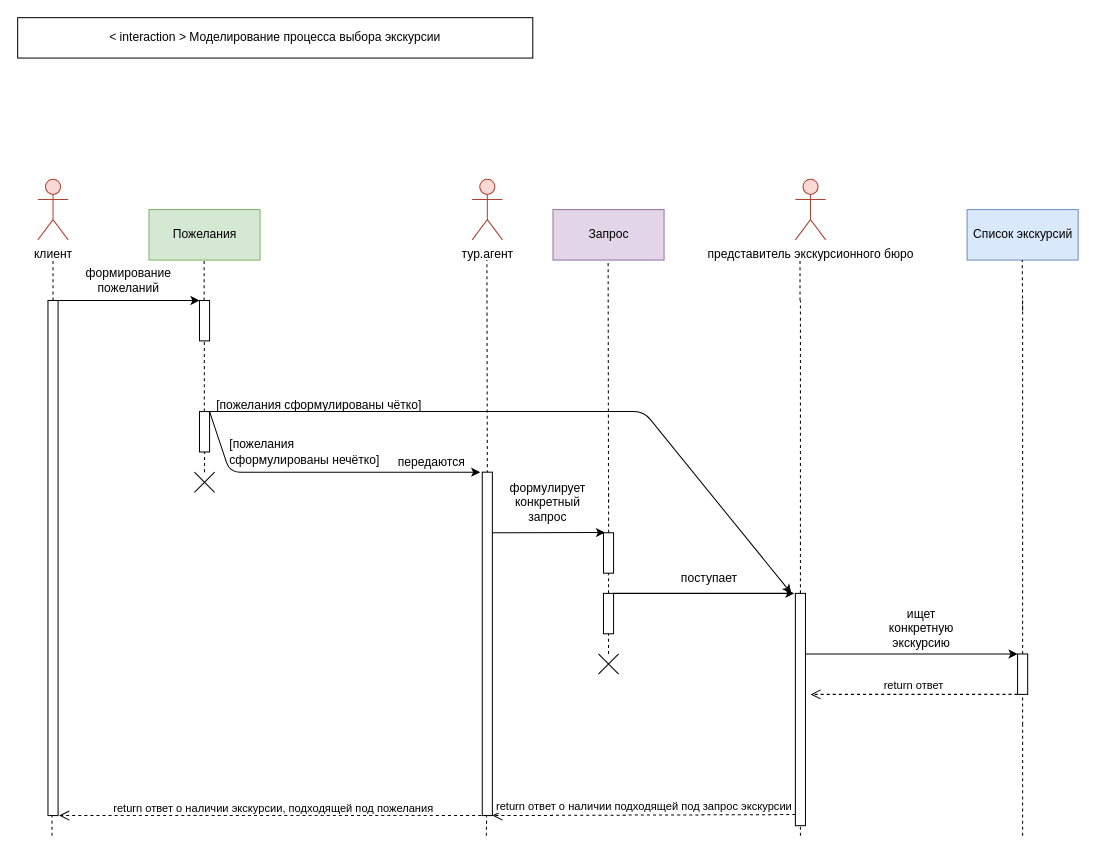
This is LR5/sequence_diagram_1.drawio from f0rsunka/UML, a draw.io file, before an edit. Source tidied: cells renumbered, new cells numbered last; positions are measured from the earlier drawing's top-left corner, leaving out a move shared by most shapes. Both pictures are drawn from the tidied source at 101%, with x=0, y=0 at pixel (17, 17).
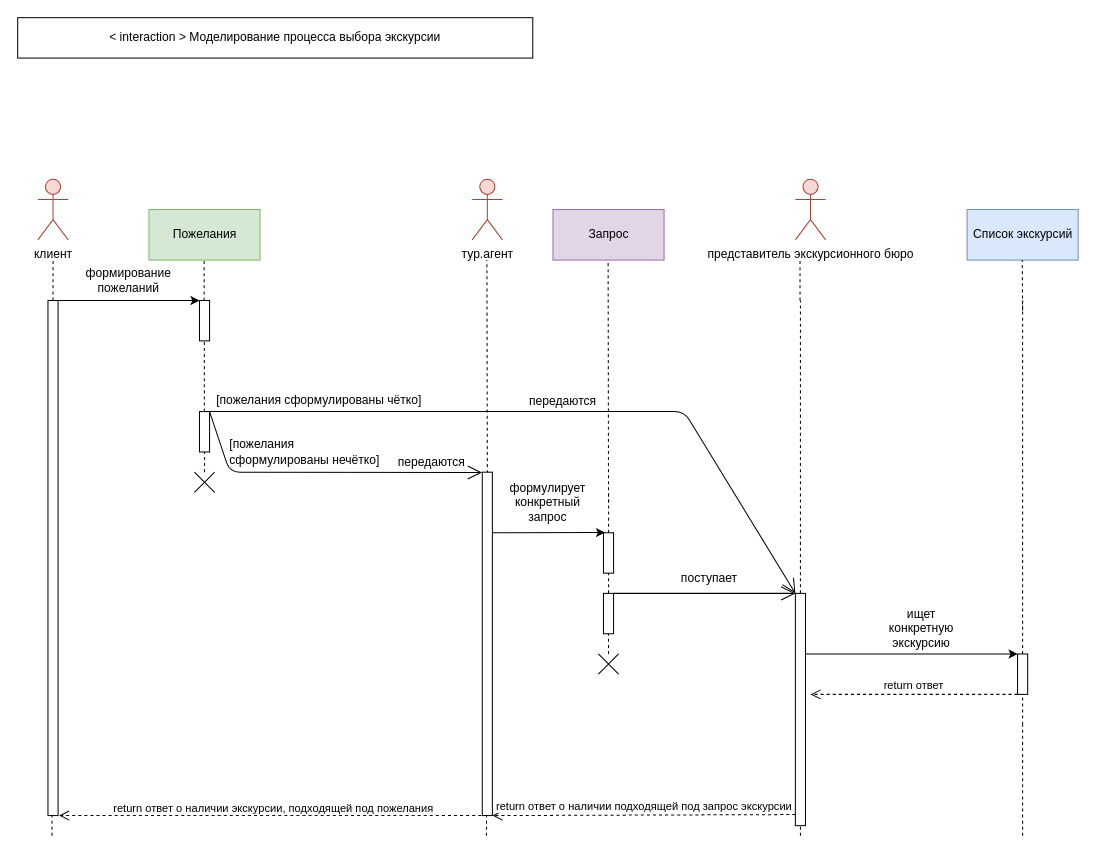
After the change.

Unchanged cells that the change refers to:
```xml
<mxCell id="28" style="html=1;points=[];perimeter=orthogonalPerimeter;" parent="1" vertex="1">
  <mxGeometry x="460" y="450" width="10" height="340" as="geometry" />
</mxCell>
```

The edit, as a diff of the source:
```diff
@@
     <mxCell id="49" value="[пожелания сформулированы чётко]" style="text;whiteSpace=wrap;html=1;" parent="1" vertex="1">
-      <mxGeometry x="195" y="370" width="230" height="30" as="geometry" />
+      <mxGeometry x="195" y="365" width="230" height="30" as="geometry" />
     </mxCell>
-    <mxCell id="50" style="endArrow=classic;html=1;entryX=-0.2;entryY=0;entryDx=0;entryDy=0;entryPerimeter=0;" parent="1" edge="1" target="28">
-      <mxGeometry relative="1" as="geometry">
-        <mxPoint x="190" y="390" as="sourcePoint" />
-        <Array as="points">
-          <mxPoint x="210" y="450" />
-          <mxPoint x="300" y="450" />
-        </Array>
-      </mxGeometry>
-    </mxCell>
-    <mxCell id="51" style="endArrow=classic;html=1;" parent="1" edge="1">
-      <mxGeometry relative="1" as="geometry">
-        <mxPoint x="190" y="390" as="sourcePoint" />
-        <mxPoint x="766" y="570" as="targetPoint" />
-        <Array as="points">
-          <mxPoint x="620" y="390" />
-        </Array>
-      </mxGeometry>
-    </mxCell>
-    <mxCell id="52" style="endArrow=classic;html=1;" parent="1" edge="1">
-      <mxGeometry relative="1" as="geometry">
-        <mxPoint x="590" y="570" as="sourcePoint" />
-        <mxPoint x="769" y="570" as="targetPoint" />
-      </mxGeometry>
-    </mxCell>
+    <mxCell id="53" value="передаются" style="text;html=1;strokeColor=none;fillColor=none;align=center;verticalAlign=middle;whiteSpace=wrap;rounded=0;" parent="1" vertex="1">
+      <mxGeometry x="470" y="370" width="140" height="20" as="geometry" />
+    </mxCell>
+    <mxCell id="54" style="endArrow=open;endFill=1;endSize=12;html=1;" parent="1" edge="1">
+      <mxGeometry relative="1" as="geometry">
+        <mxPoint x="590" y="570" as="sourcePoint" />
+        <mxPoint x="770" y="570" as="targetPoint" />
+      </mxGeometry>
+    </mxCell>
+    <mxCell id="55" style="endArrow=open;endFill=1;endSize=12;html=1;" parent="1" edge="1">
+      <mxGeometry relative="1" as="geometry">
+        <mxPoint x="185" y="390" as="sourcePoint" />
+        <mxPoint x="770" y="570" as="targetPoint" />
+        <Array as="points">
+          <mxPoint x="660" y="390" />
+        </Array>
+      </mxGeometry>
+    </mxCell>
+    <mxCell id="56" style="endArrow=open;endFill=1;endSize=12;html=1;entryX=-0.033;entryY=0.001;entryDx=0;entryDy=0;entryPerimeter=0;" parent="1" edge="1" target="28">
+      <mxGeometry relative="1" as="geometry">
+        <mxPoint x="190" y="390" as="sourcePoint" />
+        <Array as="points">
+          <mxPoint x="210" y="450" />
+        </Array>
+      </mxGeometry>
+    </mxCell>
```
